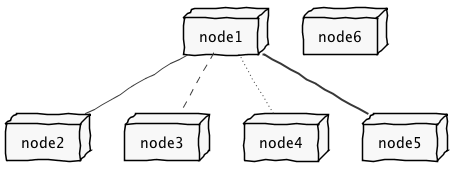
Above: docs/student-1122334/sp1/net.png in HugoFernandes2343/LAPR4_2017-2018 (PlantUML), before the change. Its diagram source:
```plantuml
@startuml net.png
skinparam handwritten true
skinparam monochrome true
skinparam packageStyle rect
skinparam defaultFontName FG Virgil
skinparam shadowing false

node node1
node node2
node node3
node node4
node node5
node node6
node1 -- node2
node1 .. node3
node1 ~~ node4
node1 == node5

@enduml
```
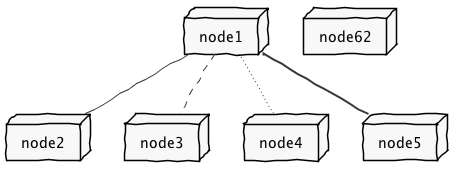
Later version of the same file.

Change to the diagram source:
```diff
@@ -10,7 +10,7 @@
 node node3
 node node4
 node node5
-node node6
+node node62
 node1 -- node2
 node1 .. node3
 node1 ~~ node4
```
